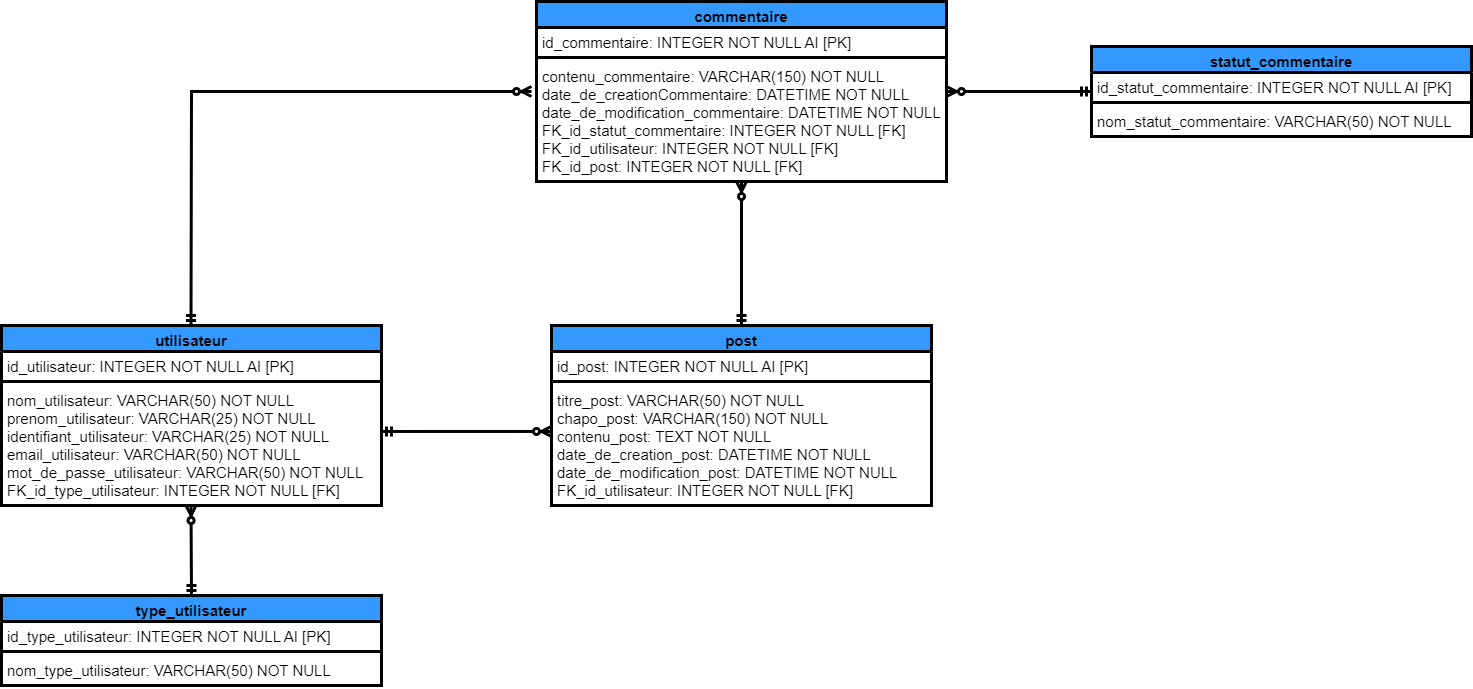
Before: Diagrammes UML/Modèle logique de données.png, a diagram exported from draw.io (maxADev/Blog). Source tidied: cells renumbered, new cells last; positions are measured from the earlier drawing's top-left corner, leaving out a move shared by most shapes.
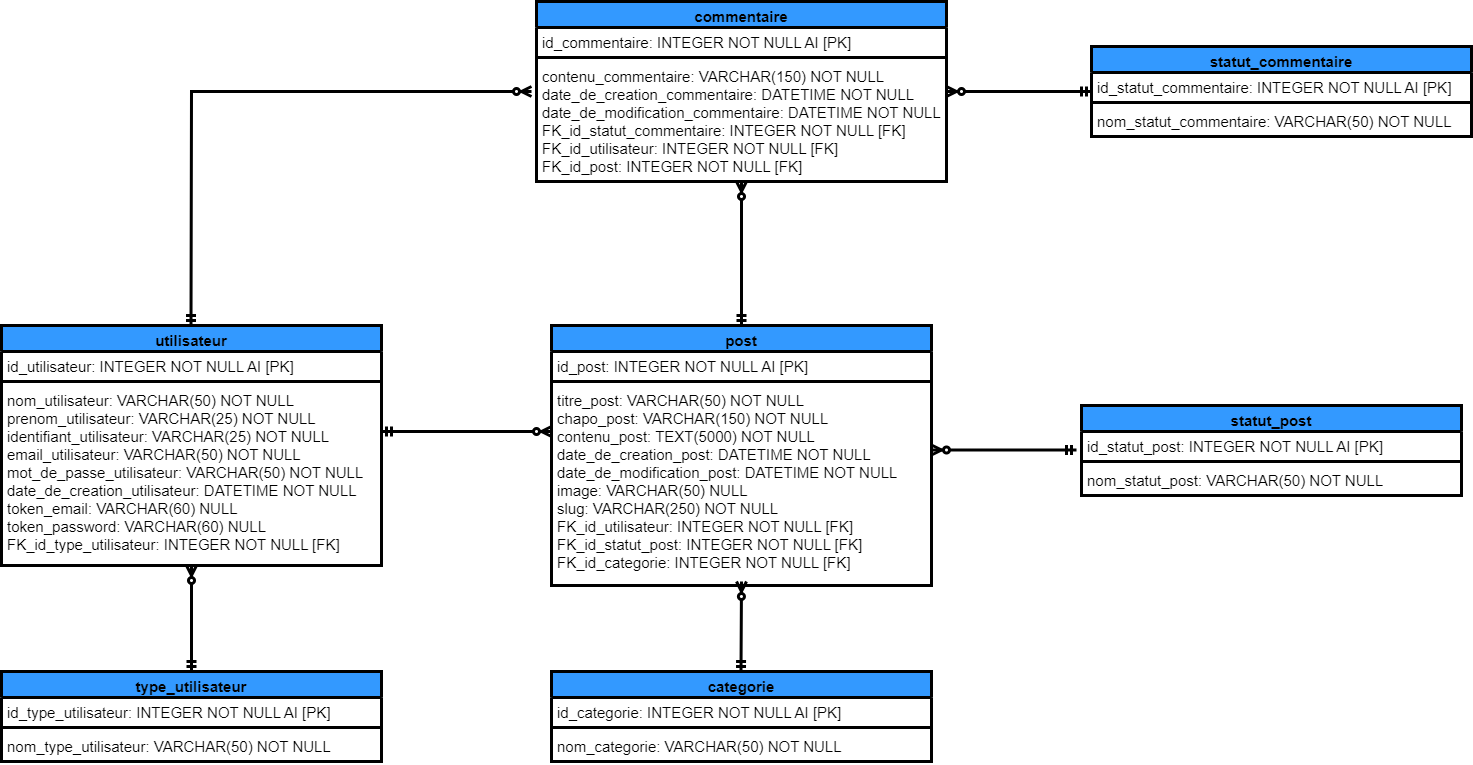
Later version of the same file.

Diff of the diagram source:
```diff
@@ -3,7 +3,7 @@
     <mxCell id="0" />
     <mxCell id="1" parent="0" />
     <mxCell id="2" value="utilisateur" style="swimlane;fontStyle=1;align=center;verticalAlign=top;horizontal=1;startSize=26;whiteSpace=wrap;html=1;strokeColor=#000000;strokeWidth=3;fillColor=#3399FF;fontSize=15;" parent="1" vertex="1">
-      <mxGeometry y="324" width="380" height="180" as="geometry" />
+      <mxGeometry y="324" width="380" height="240" as="geometry" />
     </mxCell>
     <mxCell id="3" value="id_utilisateur: INTEGER NOT NULL AI [PK]" style="text;strokeColor=none;fillColor=none;align=left;verticalAlign=top;spacingLeft=4;spacingRight=4;overflow=hidden;whiteSpace=wrap;html=1;fontColor=#000000;fontSize=15;" parent="2" vertex="1">
       <mxGeometry y="26" width="380" height="26" as="geometry" />
@@ -11,11 +11,11 @@
     <mxCell id="4" style="line;strokeWidth=3;fillColor=none;align=left;verticalAlign=middle;spacingTop=-1;spacingLeft=3;spacingRight=3;labelPosition=right;strokeColor=inherit;" parent="2" vertex="1">
       <mxGeometry y="52" width="380" height="8" as="geometry" />
     </mxCell>
-    <mxCell id="5" value="nom_utilisateur: VARCHAR(50) NOT NULL&lt;br&gt;prenom_utilisateur: VARCHAR(25) NOT NULL&lt;br&gt;identifiant_utilisateur: VARCHAR(25) NOT NULL&lt;br&gt;email_utilisateur: VARCHAR(50) NOT NULL&lt;br&gt;mot_de_passe_utilisateur: VARCHAR(50) NOT NULL&lt;br&gt;FK_id_type_utilisateur: INTEGER NOT NULL [FK]" style="text;strokeColor=none;fillColor=none;align=left;verticalAlign=top;spacingLeft=4;spacingRight=4;overflow=hidden;whiteSpace=wrap;html=1;fontColor=#000000;fontSize=15;" parent="2" vertex="1">
-      <mxGeometry y="60" width="380" height="120" as="geometry" />
+    <mxCell id="5" value="nom_utilisateur: VARCHAR(50) NOT NULL&lt;br&gt;prenom_utilisateur: VARCHAR(25) NOT NULL&lt;br&gt;identifiant_utilisateur: VARCHAR(25) NOT NULL&lt;br&gt;email_utilisateur: VARCHAR(50) NOT NULL&lt;br&gt;mot_de_passe_utilisateur: VARCHAR(50) NOT NULL&lt;br&gt;date_de_creation_utilisateur: DATETIME NOT NULL&lt;br&gt;token_email: VARCHAR(60) NULL&lt;br&gt;token_password: VARCHAR(60) NULL&lt;br&gt;FK_id_type_utilisateur: INTEGER NOT NULL [FK]" style="text;strokeColor=none;fillColor=none;align=left;verticalAlign=top;spacingLeft=4;spacingRight=4;overflow=hidden;whiteSpace=wrap;html=1;fontColor=#000000;fontSize=15;" parent="2" vertex="1">
+      <mxGeometry y="60" width="380" height="180" as="geometry" />
     </mxCell>
     <mxCell id="6" value="type_utilisateur" style="swimlane;fontStyle=1;align=center;verticalAlign=top;horizontal=1;startSize=26;whiteSpace=wrap;html=1;strokeColor=#000000;strokeWidth=3;fillColor=#3399FF;fontSize=15;" parent="1" vertex="1">
-      <mxGeometry y="594" width="380" height="90" as="geometry" />
+      <mxGeometry y="670" width="380" height="90" as="geometry" />
     </mxCell>
     <mxCell id="7" value="id_type_utilisateur: INTEGER NOT NULL AI [PK]" style="text;strokeColor=none;fillColor=none;align=left;verticalAlign=top;spacingLeft=4;spacingRight=4;overflow=hidden;whiteSpace=wrap;html=1;fontColor=#000000;fontSize=15;" parent="6" vertex="1">
       <mxGeometry y="26" width="380" height="26" as="geometry" />
@@ -26,14 +26,11 @@
     <mxCell id="9" value="nom_type_utilisateur: VARCHAR(50) NOT NULL" style="text;strokeColor=none;fillColor=none;align=left;verticalAlign=top;spacingLeft=4;spacingRight=4;overflow=hidden;whiteSpace=wrap;html=1;fontColor=#000000;fontSize=15;" parent="6" vertex="1">
       <mxGeometry y="60" width="380" height="30" as="geometry" />
     </mxCell>
-    <mxCell id="10" style="fontSize=12;html=1;endArrow=ERzeroToMany;startArrow=ERmandOne;rounded=0;strokeColor=#000000;strokeWidth=3;" parent="1" edge="1">
-      <mxGeometry relative="1" as="geometry">
-        <mxPoint x="190" y="594" as="sourcePoint" />
-        <mxPoint x="189.5" y="504" as="targetPoint" />
-      </mxGeometry>
+    <mxCell id="10" style="fontSize=12;html=1;endArrow=ERzeroToMany;startArrow=ERmandOne;rounded=0;strokeColor=#000000;strokeWidth=3;entryX=0.5;entryY=1;entryDx=0;entryDy=0;exitX=0.5;exitY=0;exitDx=0;exitDy=0;" parent="1" edge="1" source="6" target="2">
+      <mxGeometry relative="1" as="geometry" />
     </mxCell>
     <mxCell id="11" value="post" style="swimlane;fontStyle=1;align=center;verticalAlign=top;horizontal=1;startSize=26;whiteSpace=wrap;html=1;strokeColor=#000000;strokeWidth=3;fillColor=#3399FF;fontSize=15;" parent="1" vertex="1">
-      <mxGeometry x="550" y="324" width="380" height="180" as="geometry" />
+      <mxGeometry x="550" y="324" width="380" height="260" as="geometry" />
     </mxCell>
     <mxCell id="12" value="id_post: INTEGER NOT NULL AI [PK]" style="text;strokeColor=none;fillColor=none;align=left;verticalAlign=top;spacingLeft=4;spacingRight=4;overflow=hidden;whiteSpace=wrap;html=1;fontColor=#000000;fontSize=15;" parent="11" vertex="1">
       <mxGeometry y="26" width="380" height="26" as="geometry" />
@@ -41,12 +38,13 @@
     <mxCell id="13" style="line;strokeWidth=3;fillColor=none;align=left;verticalAlign=middle;spacingTop=-1;spacingLeft=3;spacingRight=3;labelPosition=right;strokeColor=inherit;" parent="11" vertex="1">
       <mxGeometry y="52" width="380" height="8" as="geometry" />
     </mxCell>
-    <mxCell id="14" value="titre_post: VARCHAR(50) NOT NULL&lt;br&gt;chapo_post: VARCHAR(150) NOT NULL&lt;br&gt;contenu_post: TEXT NOT NULL&lt;br&gt;date_de_creation_post: DATETIME NOT NULL&lt;br&gt;date_de_modification_post: DATETIME&amp;nbsp;NOT NULL&lt;br&gt;FK_id_utilisateur: INTEGER NOT NULL [FK]" style="text;strokeColor=none;fillColor=none;align=left;verticalAlign=top;spacingLeft=4;spacingRight=4;overflow=hidden;points=[[0,0.5],[1,0.5]];portConstraint=eastwest;whiteSpace=wrap;html=1;fontColor=#000000;fontSize=15;" parent="11" vertex="1">
-      <mxGeometry y="60" width="380" height="120" as="geometry" />
+    <mxCell id="14" value="titre_post: VARCHAR(50) NOT NULL&lt;br&gt;chapo_post: VARCHAR(150) NOT NULL&lt;br&gt;contenu_post: TEXT(5000) NOT NULL&lt;br&gt;date_de_creation_post: DATETIME NOT NULL&lt;br&gt;date_de_modification_post: DATETIME&amp;nbsp;NOT NULL&lt;br&gt;image: VARCHAR(50) NULL&lt;br&gt;slug: VARCHAR(250) NOT NULL&lt;br&gt;FK_id_utilisateur: INTEGER NOT NULL [FK]&lt;br&gt;FK_id_statut_post: INTEGER NOT NULL [FK]&lt;br&gt;FK_id_categorie: INTEGER NOT NULL [FK]" style="text;strokeColor=none;fillColor=none;align=left;verticalAlign=top;spacingLeft=4;spacingRight=4;overflow=hidden;points=[[0,0.5],[1,0.5]];portConstraint=eastwest;whiteSpace=wrap;html=1;fontColor=#000000;fontSize=15;" parent="11" vertex="1">
+      <mxGeometry y="60" width="380" height="200" as="geometry" />
     </mxCell>
-    <mxCell id="15" style="fontSize=12;html=1;endArrow=ERzeroToMany;startArrow=ERmandOne;rounded=0;strokeColor=#000000;strokeWidth=3;entryX=0;entryY=0.383;entryDx=0;entryDy=0;entryPerimeter=0;" parent="1" edge="1" target="14">
+    <mxCell id="15" style="fontSize=12;html=1;endArrow=ERzeroToMany;startArrow=ERmandOne;rounded=0;strokeColor=#000000;strokeWidth=3;" parent="1" edge="1">
       <mxGeometry relative="1" as="geometry">
         <mxPoint x="380" y="430" as="sourcePoint" />
+        <mxPoint x="550" y="430" as="targetPoint" />
       </mxGeometry>
     </mxCell>
     <mxCell id="16" value="commentaire" style="swimlane;fontStyle=1;align=center;verticalAlign=top;horizontal=1;startSize=26;whiteSpace=wrap;html=1;strokeColor=#000000;strokeWidth=3;fillColor=#3399FF;fontSize=15;" parent="1" vertex="1">
@@ -58,7 +56,7 @@
     <mxCell id="18" style="line;strokeWidth=3;fillColor=none;align=left;verticalAlign=middle;spacingTop=-1;spacingLeft=3;spacingRight=3;labelPosition=right;strokeColor=inherit;" parent="16" vertex="1">
       <mxGeometry y="52" width="410" height="8" as="geometry" />
     </mxCell>
-    <mxCell id="19" value="contenu_commentaire: VARCHAR(150) NOT NULL&lt;br&gt;date_de_creationCommentaire: DATETIME NOT NULL&lt;br&gt;date_de_modification_commentaire: DATETIME&amp;nbsp;NOT NULL&lt;br&gt;FK_id_statut_commentaire: INTEGER NOT NULL [FK]&lt;br&gt;FK_id_utilisateur: INTEGER NOT NULL [FK]&lt;br&gt;FK_id_post: INTEGER NOT NULL [FK]" style="text;strokeColor=none;fillColor=none;align=left;verticalAlign=top;spacingLeft=4;spacingRight=4;overflow=hidden;whiteSpace=wrap;html=1;fontColor=#000000;fontSize=15;" parent="16" vertex="1">
+    <mxCell id="19" value="contenu_commentaire: VARCHAR(150) NOT NULL&lt;br&gt;date_de_creation_commentaire: DATETIME NOT NULL&lt;br&gt;date_de_modification_commentaire: DATETIME&amp;nbsp;NOT NULL&lt;br&gt;FK_id_statut_commentaire: INTEGER NOT NULL [FK]&lt;br&gt;FK_id_utilisateur: INTEGER NOT NULL [FK]&lt;br&gt;FK_id_post: INTEGER NOT NULL [FK]" style="text;strokeColor=none;fillColor=none;align=left;verticalAlign=top;spacingLeft=4;spacingRight=4;overflow=hidden;whiteSpace=wrap;html=1;fontColor=#000000;fontSize=15;" parent="16" vertex="1">
       <mxGeometry y="60" width="410" height="120" as="geometry" />
     </mxCell>
     <mxCell id="20" style="fontSize=12;html=1;endArrow=ERzeroToMany;startArrow=ERmandOne;rounded=0;strokeColor=#000000;strokeWidth=3;entryX=0.5;entryY=1;entryDx=0;entryDy=0;" parent="1" edge="1" target="16">
@@ -93,5 +91,41 @@
         <mxPoint x="945" y="90" as="targetPoint" />
       </mxGeometry>
     </mxCell>
+    <mxCell id="27" value="categorie" style="swimlane;fontStyle=1;align=center;verticalAlign=top;horizontal=1;startSize=26;whiteSpace=wrap;html=1;strokeColor=#000000;strokeWidth=3;fillColor=#3399FF;fontSize=15;" parent="1" vertex="1">
+      <mxGeometry x="550" y="670" width="380" height="90" as="geometry" />
+    </mxCell>
+    <mxCell id="28" value="id_categorie: INTEGER NOT NULL AI [PK]" style="text;strokeColor=none;fillColor=none;align=left;verticalAlign=top;spacingLeft=4;spacingRight=4;overflow=hidden;whiteSpace=wrap;html=1;fontColor=#000000;fontSize=15;" parent="27" vertex="1">
+      <mxGeometry y="26" width="380" height="26" as="geometry" />
+    </mxCell>
+    <mxCell id="29" style="line;strokeWidth=3;fillColor=none;align=left;verticalAlign=middle;spacingTop=-1;spacingLeft=3;spacingRight=3;labelPosition=right;strokeColor=inherit;" parent="27" vertex="1">
+      <mxGeometry y="52" width="380" height="8" as="geometry" />
+    </mxCell>
+    <mxCell id="30" value="nom_categorie: VARCHAR(50) NOT NULL" style="text;strokeColor=none;fillColor=none;align=left;verticalAlign=top;spacingLeft=4;spacingRight=4;overflow=hidden;whiteSpace=wrap;html=1;fontColor=#000000;fontSize=15;" parent="27" vertex="1">
+      <mxGeometry y="60" width="380" height="30" as="geometry" />
+    </mxCell>
+    <mxCell id="31" style="fontSize=12;html=1;endArrow=ERzeroToMany;startArrow=ERmandOne;rounded=0;strokeColor=#000000;strokeWidth=3;" parent="1" edge="1">
+      <mxGeometry relative="1" as="geometry">
+        <mxPoint x="739.5" y="670" as="sourcePoint" />
+        <mxPoint x="740" y="580" as="targetPoint" />
+      </mxGeometry>
+    </mxCell>
+    <mxCell id="32" style="fontSize=12;html=1;endArrow=ERzeroToMany;startArrow=ERmandOne;rounded=0;strokeColor=#000000;strokeWidth=3;" parent="1" edge="1">
+      <mxGeometry relative="1" as="geometry">
+        <mxPoint x="1075" y="448.5" as="sourcePoint" />
+        <mxPoint x="930" y="448.5" as="targetPoint" />
+      </mxGeometry>
+    </mxCell>
+    <mxCell id="33" value="statut_post" style="swimlane;fontStyle=1;align=center;verticalAlign=top;horizontal=1;startSize=26;whiteSpace=wrap;html=1;strokeColor=#000000;strokeWidth=3;fillColor=#3399FF;fontSize=15;" parent="1" vertex="1">
+      <mxGeometry x="1080" y="404" width="380" height="90" as="geometry" />
+    </mxCell>
+    <mxCell id="34" value="id_statut_post: INTEGER NOT NULL AI [PK]" style="text;strokeColor=none;fillColor=none;align=left;verticalAlign=top;spacingLeft=4;spacingRight=4;overflow=hidden;whiteSpace=wrap;html=1;fontColor=#000000;fontSize=15;" parent="33" vertex="1">
+      <mxGeometry y="26" width="380" height="26" as="geometry" />
+    </mxCell>
+    <mxCell id="35" style="line;strokeWidth=3;fillColor=none;align=left;verticalAlign=middle;spacingTop=-1;spacingLeft=3;spacingRight=3;labelPosition=right;strokeColor=inherit;" parent="33" vertex="1">
+      <mxGeometry y="52" width="380" height="8" as="geometry" />
+    </mxCell>
+    <mxCell id="36" value="nom_statut_post: VARCHAR(50) NOT NULL" style="text;strokeColor=none;fillColor=none;align=left;verticalAlign=top;spacingLeft=4;spacingRight=4;overflow=hidden;whiteSpace=wrap;html=1;fontColor=#000000;fontSize=15;" parent="33" vertex="1">
+      <mxGeometry y="60" width="380" height="30" as="geometry" />
+    </mxCell>
   </root>
 </mxGraphModel>
```
